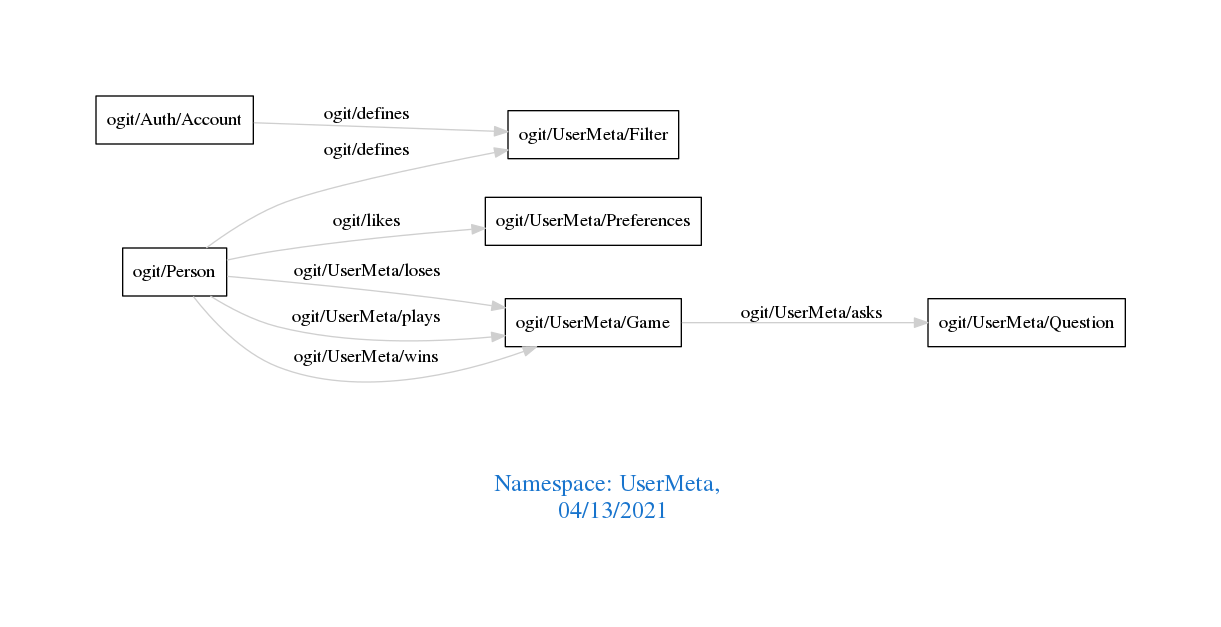
Before: downloads/UserMeta.png, a diagram exported from Graphviz (arago/OGIT). Its source is kept beside it as downloads/UserMeta.dot.
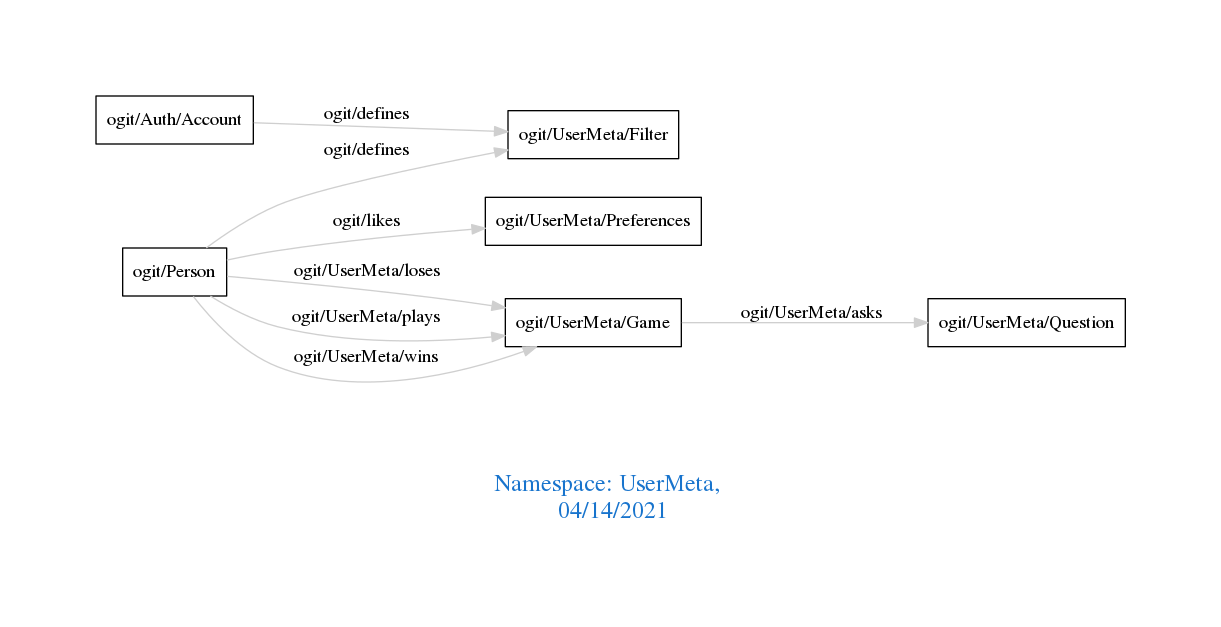
After the change.

What changed in the source:
```diff
@@ -1,7 +1,7 @@
 digraph OGIT_ontology {
  graph [ rankdir= LR,pad=1
 fontsize = 18,
-fontcolor= dodgerblue3,label = "\n\n\nNamespace: UserMeta, \n 04/13/2021"];
+fontcolor= dodgerblue3,label = "\n\n\nNamespace: UserMeta, \n 04/14/2021"];
 node[shape=polygon];
 edge [  color="gray81"];
 
```
